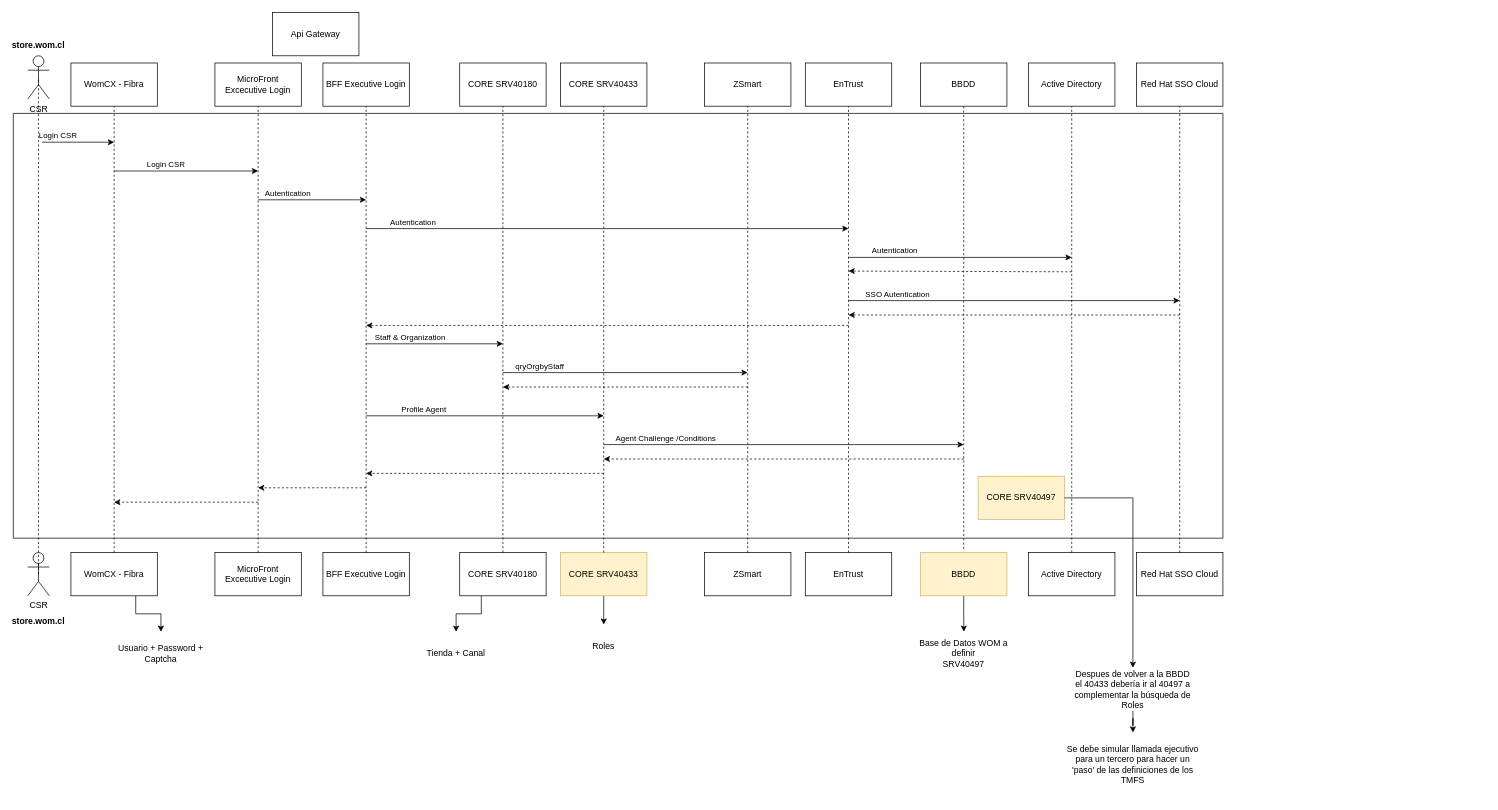
linosnt/womCX keeps this draw.io diagram as page "UML" (1 of 2) of LoginLayer.drawio. Above is the earlier version. Source tidied: cells renumbered, new cells numbered last; positions are measured from the earlier drawing's top-left corner, leaving out a move shared by most shapes. Both pictures are drawn from the tidied source at 72%, with x=0, y=0 at pixel (13, 12).
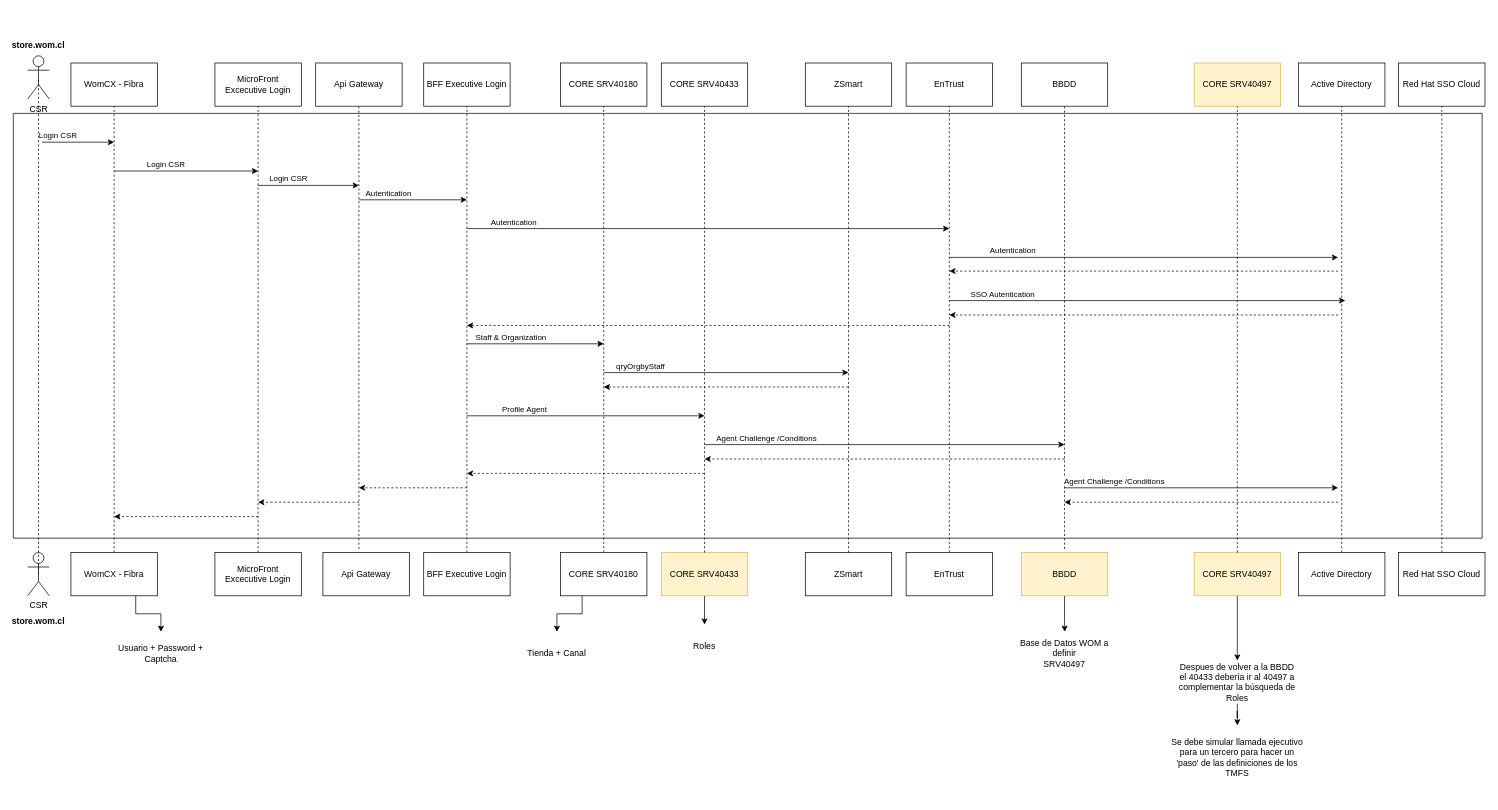
The same diagram, later.

Change to the diagram source:
```diff
@@
     <mxCell id="2" style="swimlane;startSize=0;" parent="1" vertex="1">
-      <mxGeometry y="140" width="1680" height="590" as="geometry" />
+      <mxGeometry y="140" width="2040" height="590" as="geometry" />
     </mxCell>
@@
     <mxCell id="4" style="endArrow=classic;html=1;rounded=0;labelBackgroundColor=default;strokeColor=default;fontFamily=Helvetica;fontSize=11;fontColor=default;shape=connector;dashed=1;" parent="2" edge="1">
       <mxGeometry relative="1" as="geometry">
-        <mxPoint x="820" y="500" as="sourcePoint" />
-        <mxPoint x="490" y="500" as="targetPoint" />
+        <mxPoint x="960" y="500" as="sourcePoint" />
+        <mxPoint x="630" y="500" as="targetPoint" />
       </mxGeometry>
     </mxCell>
     <mxCell id="5" style="endArrow=classic;html=1;rounded=0;labelBackgroundColor=default;strokeColor=default;fontFamily=Helvetica;fontSize=11;fontColor=default;shape=connector;" parent="2" edge="1">
       <mxGeometry relative="1" as="geometry">
-        <mxPoint x="680" y="360" as="sourcePoint" />
-        <mxPoint x="1020" y="360" as="targetPoint" />
+        <mxPoint x="820" y="360" as="sourcePoint" />
+        <mxPoint x="1160" y="360" as="targetPoint" />
       </mxGeometry>
     </mxCell>
@@
     <mxCell id="7" style="endArrow=classic;html=1;rounded=0;labelBackgroundColor=default;strokeColor=default;fontFamily=Helvetica;fontSize=11;fontColor=default;shape=connector;dashed=1;" parent="2" edge="1">
       <mxGeometry relative="1" as="geometry">
-        <mxPoint x="1020" y="380" as="sourcePoint" />
-        <mxPoint x="680" y="380" as="targetPoint" />
+        <mxPoint x="1160" y="380" as="sourcePoint" />
+        <mxPoint x="820" y="380" as="targetPoint" />
       </mxGeometry>
     </mxCell>
     <mxCell id="8" style="endArrow=classic;html=1;rounded=0;labelBackgroundColor=default;strokeColor=default;fontFamily=Helvetica;fontSize=11;fontColor=default;shape=connector;" parent="2" edge="1">
       <mxGeometry relative="1" as="geometry">
-        <mxPoint x="490" y="420" as="sourcePoint" />
-        <mxPoint x="820" y="420" as="targetPoint" />
+        <mxPoint x="630" y="420" as="sourcePoint" />
+        <mxPoint x="960" y="420" as="targetPoint" />
       </mxGeometry>
     </mxCell>
@@
     <mxCell id="10" style="endArrow=classic;html=1;rounded=0;labelBackgroundColor=default;strokeColor=default;fontFamily=Helvetica;fontSize=11;fontColor=default;shape=connector;" parent="2" edge="1">
       <mxGeometry relative="1" as="geometry">
-        <mxPoint x="820" y="460" as="sourcePoint" />
-        <mxPoint x="1320" y="460" as="targetPoint" />
+        <mxPoint x="960" y="460" as="sourcePoint" />
+        <mxPoint x="1460" y="460" as="targetPoint" />
       </mxGeometry>
     </mxCell>
@@
     <mxCell id="12" style="endArrow=classic;html=1;rounded=0;labelBackgroundColor=default;strokeColor=default;fontFamily=Helvetica;fontSize=11;fontColor=default;shape=connector;dashed=1;" parent="2" edge="1">
       <mxGeometry relative="1" as="geometry">
-        <mxPoint x="1320" y="480" as="sourcePoint" />
-        <mxPoint x="820" y="480" as="targetPoint" />
+        <mxPoint x="1460" y="480" as="sourcePoint" />
+        <mxPoint x="960" y="480" as="targetPoint" />
       </mxGeometry>
     </mxCell>
     <mxCell id="13" style="endArrow=classic;html=1;rounded=0;labelBackgroundColor=default;strokeColor=default;fontFamily=Helvetica;fontSize=11;fontColor=default;shape=connector;dashed=1;" parent="2" edge="1">
       <mxGeometry relative="1" as="geometry">
-        <mxPoint x="490" y="520" as="sourcePoint" />
-        <mxPoint x="340" y="520" as="targetPoint" />
+        <mxPoint x="630" y="520" as="sourcePoint" />
+        <mxPoint x="480" y="520" as="targetPoint" />
       </mxGeometry>
     </mxCell>
     <mxCell id="14" style="endArrow=classic;html=1;rounded=0;labelBackgroundColor=default;strokeColor=default;fontFamily=Helvetica;fontSize=11;fontColor=default;shape=connector;dashed=1;" parent="2" edge="1">
       <mxGeometry relative="1" as="geometry">
-        <mxPoint x="340" y="540" as="sourcePoint" />
-        <mxPoint x="140" y="540" as="targetPoint" />
+        <mxPoint x="340" y="560" as="sourcePoint" />
+        <mxPoint x="140" y="560" as="targetPoint" />
       </mxGeometry>
     </mxCell>
     <mxCell id="15" style="endArrow=classic;html=1;rounded=0;labelBackgroundColor=default;strokeColor=default;fontFamily=Helvetica;fontSize=11;fontColor=default;shape=connector;dashed=1;" parent="2" edge="1">
       <mxGeometry relative="1" as="geometry">
-        <mxPoint x="1160" y="294.5" as="sourcePoint" />
-        <mxPoint x="490" y="294.5" as="targetPoint" />
+        <mxPoint x="1300" y="294.5" as="sourcePoint" />
+        <mxPoint x="630" y="294.5" as="targetPoint" />
       </mxGeometry>
     </mxCell>
     <mxCell id="16" style="endArrow=classic;html=1;rounded=0;" parent="2" edge="1">
       <mxGeometry relative="1" as="geometry">
-        <mxPoint x="490" y="160" as="sourcePoint" />
-        <mxPoint x="1160" y="160" as="targetPoint" />
+        <mxPoint x="630" y="160" as="sourcePoint" />
+        <mxPoint x="1300" y="160" as="targetPoint" />
       </mxGeometry>
     </mxCell>
@@
     <mxCell id="18" style="endArrow=classic;html=1;rounded=0;" parent="2" edge="1">
       <mxGeometry relative="1" as="geometry">
-        <mxPoint x="340" y="120" as="sourcePoint" />
-        <mxPoint x="490" y="120" as="targetPoint" />
+        <mxPoint x="480" y="120" as="sourcePoint" />
+        <mxPoint x="630" y="120" as="targetPoint" />
       </mxGeometry>
     </mxCell>
@@
     <mxCell id="20" style="endArrow=classic;html=1;rounded=0;labelBackgroundColor=default;strokeColor=default;fontFamily=Helvetica;fontSize=11;fontColor=default;shape=connector;dashed=1;" parent="2" edge="1">
       <mxGeometry relative="1" as="geometry">
-        <mxPoint x="1620" y="280" as="sourcePoint" />
-        <mxPoint x="1160" y="280" as="targetPoint" />
+        <mxPoint x="1840" y="280" as="sourcePoint" />
+        <mxPoint x="1300" y="280" as="targetPoint" />
       </mxGeometry>
     </mxCell>
     <mxCell id="21" style="endArrow=classic;html=1;rounded=0;labelBackgroundColor=default;strokeColor=default;fontFamily=Helvetica;fontSize=11;fontColor=default;shape=connector;" parent="2" edge="1">
       <mxGeometry relative="1" as="geometry">
-        <mxPoint x="1160" y="260" as="sourcePoint" />
-        <mxPoint x="1620" y="260" as="targetPoint" />
+        <mxPoint x="1300" y="260" as="sourcePoint" />
+        <mxPoint x="1850" y="260" as="targetPoint" />
       </mxGeometry>
     </mxCell>
@@
     <mxCell id="23" style="endArrow=classic;html=1;rounded=0;labelBackgroundColor=default;strokeColor=default;fontFamily=Helvetica;fontSize=11;fontColor=default;shape=connector;dashed=1;" parent="2" edge="1">
       <mxGeometry relative="1" as="geometry">
-        <mxPoint x="1470" y="220" as="sourcePoint" />
-        <mxPoint x="1160" y="219" as="targetPoint" />
+        <mxPoint x="1840" y="219" as="sourcePoint" />
+        <mxPoint x="1300" y="219" as="targetPoint" />
       </mxGeometry>
     </mxCell>
     <mxCell id="24" style="endArrow=classic;html=1;rounded=0;" parent="2" edge="1">
       <mxGeometry relative="1" as="geometry">
-        <mxPoint x="1160" y="200" as="sourcePoint" />
-        <mxPoint x="1470" y="200" as="targetPoint" />
+        <mxPoint x="1300" y="200" as="sourcePoint" />
+        <mxPoint x="1840" y="200" as="targetPoint" />
       </mxGeometry>
     </mxCell>
@@
     <mxCell id="26" style="endArrow=classic;html=1;rounded=0;labelBackgroundColor=default;strokeColor=default;fontFamily=Helvetica;fontSize=11;fontColor=default;shape=connector;" parent="2" edge="1">
       <mxGeometry relative="1" as="geometry">
-        <mxPoint x="490" y="320" as="sourcePoint" />
-        <mxPoint x="680" y="320" as="targetPoint" />
+        <mxPoint x="630" y="320" as="sourcePoint" />
+        <mxPoint x="820" y="320" as="targetPoint" />
       </mxGeometry>
     </mxCell>
@@
     <mxCell id="28" style="endArrow=none;dashed=1;html=1;rounded=0;entryX=0.5;entryY=1;entryDx=0;entryDy=0;" parent="2" edge="1">
       <mxGeometry relative="1" as="geometry">
-        <mxPoint x="1320" y="605" as="sourcePoint" />
-        <mxPoint x="1320" y="-15" as="targetPoint" />
+        <mxPoint x="1460" y="605" as="sourcePoint" />
+        <mxPoint x="1460" y="-15" as="targetPoint" />
       </mxGeometry>
     </mxCell>
-    <mxCell id="29" value="CORE SRV40497" style="rounded=0;whiteSpace=wrap;html=1;fillColor=#fff2cc;strokeColor=#d6b656;" parent="2" vertex="1">
-      <mxGeometry x="1340" y="504" width="120" height="60" as="geometry" />
-    </mxCell>
+    <mxCell id="78" style="endArrow=classic;html=1;rounded=0;labelBackgroundColor=default;strokeColor=default;fontFamily=Helvetica;fontSize=11;fontColor=default;shape=connector;" parent="2" edge="1">
+      <mxGeometry relative="1" as="geometry">
+        <mxPoint x="1460" y="520" as="sourcePoint" />
+        <mxPoint x="1840" y="520" as="targetPoint" />
+      </mxGeometry>
+    </mxCell>
+    <mxCell id="79" value="&lt;div&gt;Agent Challenge /Conditions&lt;/div&gt;" style="edgeLabel;html=1;align=center;verticalAlign=middle;fontSize=11;fontFamily=Helvetica;fontColor=default;" parent="78" vertex="1">
+      <mxGeometry x="-0.73" relative="1" as="geometry">
+        <mxPoint x="17" y="-10" as="offset" />
+      </mxGeometry>
+    </mxCell>
+    <mxCell id="80" style="endArrow=classic;html=1;rounded=0;labelBackgroundColor=default;strokeColor=default;fontFamily=Helvetica;fontSize=11;fontColor=default;shape=connector;dashed=1;" parent="2" edge="1">
+      <mxGeometry relative="1" as="geometry">
+        <mxPoint x="1840" y="540" as="sourcePoint" />
+        <mxPoint x="1460" y="540" as="targetPoint" />
+      </mxGeometry>
+    </mxCell>
+    <mxCell id="81" style="endArrow=none;dashed=1;html=1;rounded=0;entryX=0.5;entryY=1;entryDx=0;entryDy=0;exitX=0.5;exitY=0;exitDx=0;exitDy=0;" parent="2" edge="1">
+      <mxGeometry relative="1" as="geometry">
+        <mxPoint x="480" y="605" as="sourcePoint" />
+        <mxPoint x="480" y="-15" as="targetPoint" />
+      </mxGeometry>
+    </mxCell>
+    <mxCell id="82" style="endArrow=classic;html=1;rounded=0;labelBackgroundColor=default;strokeColor=default;fontFamily=Helvetica;fontSize=11;fontColor=default;shape=connector;dashed=1;" parent="2" edge="1">
+      <mxGeometry relative="1" as="geometry">
+        <mxPoint x="480" y="540" as="sourcePoint" />
+        <mxPoint x="340" y="540" as="targetPoint" />
+      </mxGeometry>
+    </mxCell>
+    <mxCell id="83" value="Login CSR" style="endArrow=classic;html=1;rounded=0;verticalAlign=bottom;align=right;" parent="2" edge="1">
+      <mxGeometry relative="1" as="geometry">
+        <mxPoint x="340" y="100" as="sourcePoint" />
+        <mxPoint x="480" y="100" as="targetPoint" />
+      </mxGeometry>
+    </mxCell>
@@
     <mxCell id="32" value="BFF Executive Login" style="rounded=0;whiteSpace=wrap;html=1;" parent="1" vertex="1">
-      <mxGeometry x="430" y="70" width="120" height="60" as="geometry" />
+      <mxGeometry x="570" y="70" width="120" height="60" as="geometry" />
     </mxCell>
     <mxCell id="33" value="CORE SRV40180" style="rounded=0;whiteSpace=wrap;html=1;" parent="1" vertex="1">
-      <mxGeometry x="620" y="70" width="120" height="60" as="geometry" />
+      <mxGeometry x="760" y="70" width="120" height="60" as="geometry" />
     </mxCell>
     <mxCell id="34" value="CORE SRV40433" style="rounded=0;whiteSpace=wrap;html=1;" parent="1" vertex="1">
-      <mxGeometry x="760" y="70" width="120" height="60" as="geometry" />
+      <mxGeometry x="900" y="70" width="120" height="60" as="geometry" />
     </mxCell>
     <mxCell id="35" value="ZSmart" style="rounded=0;whiteSpace=wrap;html=1;" parent="1" vertex="1">
-      <mxGeometry x="960" y="70" width="120" height="60" as="geometry" />
+      <mxGeometry x="1100" y="70" width="120" height="60" as="geometry" />
     </mxCell>
     <mxCell id="36" value="EnTrust" style="rounded=0;whiteSpace=wrap;html=1;" parent="1" vertex="1">
-      <mxGeometry x="1100" y="70" width="120" height="60" as="geometry" />
+      <mxGeometry x="1240" y="70" width="120" height="60" as="geometry" />
     </mxCell>
     <mxCell id="37" value="Active Directory" style="rounded=0;whiteSpace=wrap;html=1;" parent="1" vertex="1">
-      <mxGeometry x="1410" y="70" width="120" height="60" as="geometry" />
+      <mxGeometry x="1785" y="70" width="120" height="60" as="geometry" />
     </mxCell>
     <mxCell id="38" value="Red Hat SSO Cloud" style="rounded=0;whiteSpace=wrap;html=1;" parent="1" vertex="1">
-      <mxGeometry x="1560" y="70" width="120" height="60" as="geometry" />
+      <mxGeometry x="1924" y="70" width="120" height="60" as="geometry" />
     </mxCell>
@@
     <mxCell id="42" value="BFF Executive Login" style="rounded=0;whiteSpace=wrap;html=1;" parent="1" vertex="1">
-      <mxGeometry x="430" y="750" width="120" height="60" as="geometry" />
+      <mxGeometry x="570" y="750" width="120" height="60" as="geometry" />
     </mxCell>
@@
     <mxCell id="44" value="CORE SRV40180" style="rounded=0;whiteSpace=wrap;html=1;" parent="1" vertex="1">
-      <mxGeometry x="620" y="750" width="120" height="60" as="geometry" />
+      <mxGeometry x="760" y="750" width="120" height="60" as="geometry" />
     </mxCell>
@@
     <mxCell id="46" value="CORE SRV40433" style="rounded=0;whiteSpace=wrap;html=1;fillColor=#fff2cc;strokeColor=#d6b656;" parent="1" vertex="1">
-      <mxGeometry x="760" y="750" width="120" height="60" as="geometry" />
+      <mxGeometry x="900" y="750" width="120" height="60" as="geometry" />
     </mxCell>
     <mxCell id="47" value="ZSmart" style="rounded=0;whiteSpace=wrap;html=1;" parent="1" vertex="1">
-      <mxGeometry x="960" y="750" width="120" height="60" as="geometry" />
+      <mxGeometry x="1100" y="750" width="120" height="60" as="geometry" />
     </mxCell>
     <mxCell id="48" value="EnTrust" style="rounded=0;whiteSpace=wrap;html=1;" parent="1" vertex="1">
-      <mxGeometry x="1100" y="750" width="120" height="60" as="geometry" />
+      <mxGeometry x="1240" y="750" width="120" height="60" as="geometry" />
     </mxCell>
     <mxCell id="49" value="Active Directory" style="rounded=0;whiteSpace=wrap;html=1;" parent="1" vertex="1">
-      <mxGeometry x="1410" y="750" width="120" height="60" as="geometry" />
+      <mxGeometry x="1785" y="750" width="120" height="60" as="geometry" />
     </mxCell>
     <mxCell id="50" value="Red Hat SSO Cloud" style="rounded=0;whiteSpace=wrap;html=1;" parent="1" vertex="1">
-      <mxGeometry x="1560" y="750" width="120" height="60" as="geometry" />
+      <mxGeometry x="1924" y="750" width="120" height="60" as="geometry" />
     </mxCell>
@@
     <mxCell id="67" value="Tienda + Canal" style="text;html=1;strokeColor=none;fillColor=none;align=center;verticalAlign=middle;whiteSpace=wrap;rounded=0;" parent="1" vertex="1">
-      <mxGeometry x="540" y="860" width="150" height="60" as="geometry" />
+      <mxGeometry x="680" y="860" width="150" height="60" as="geometry" />
     </mxCell>
     <mxCell id="68" value="Roles" style="text;html=1;strokeColor=none;fillColor=none;align=center;verticalAlign=middle;whiteSpace=wrap;rounded=0;" parent="1" vertex="1">
-      <mxGeometry x="745" y="850" width="150" height="60" as="geometry" />
+      <mxGeometry x="885" y="850" width="150" height="60" as="geometry" />
     </mxCell>
     <mxCell id="69" style="edgeStyle=orthogonalEdgeStyle;rounded=0;jettySize=auto;html=1;exitX=0.5;exitY=1;exitDx=0;exitDy=0;" parent="1" edge="1" source="70">
       <mxGeometry relative="1" as="geometry">
-        <mxPoint x="1320.2" y="860" as="targetPoint" />
+        <mxPoint x="1460.2" y="860" as="targetPoint" />
       </mxGeometry>
     </mxCell>
     <mxCell id="70" value="BBDD" style="rounded=0;whiteSpace=wrap;html=1;fillColor=#fff2cc;strokeColor=#d6b656;" parent="1" vertex="1">
-      <mxGeometry x="1260" y="750" width="120" height="60" as="geometry" />
+      <mxGeometry x="1400" y="750" width="120" height="60" as="geometry" />
     </mxCell>
     <mxCell id="71" value="BBDD" style="rounded=0;whiteSpace=wrap;html=1;" parent="1" vertex="1">
-      <mxGeometry x="1260" y="70" width="120" height="60" as="geometry" />
+      <mxGeometry x="1400" y="70" width="120" height="60" as="geometry" />
     </mxCell>
     <mxCell id="72" value="Base de Datos WOM a definir&lt;br&gt;SRV40497" style="text;html=1;strokeColor=none;fillColor=none;align=center;verticalAlign=middle;whiteSpace=wrap;rounded=0;" parent="1" vertex="1">
-      <mxGeometry x="1245" y="860" width="150" height="60" as="geometry" />
+      <mxGeometry x="1385" y="860" width="150" height="60" as="geometry" />
     </mxCell>
     <mxCell id="73" value="Api Gateway" style="rounded=0;whiteSpace=wrap;html=1;" parent="1" vertex="1">
-      <mxGeometry x="360" width="120" height="60" as="geometry" />
+      <mxGeometry x="420" y="70" width="120" height="60" as="geometry" />
     </mxCell>
@@
     <mxCell id="75" value="Despues de volver a la BBDD el 40433 debería ir al 40497 a complementar la búsqueda de Roles&lt;br&gt;" style="text;html=1;strokeColor=none;fillColor=none;align=center;verticalAlign=middle;whiteSpace=wrap;rounded=0;" parent="1" vertex="1">
-      <mxGeometry x="1470" y="910" width="170" height="60" as="geometry" />
+      <mxGeometry x="1615" y="900" width="170" height="60" as="geometry" />
     </mxCell>
@@
     <mxCell id="77" value="Se debe simular llamada ejecutivo para un tercero para hacer un 'paso' de las definiciones de los TMFS" style="text;html=1;strokeColor=none;fillColor=none;align=center;verticalAlign=middle;whiteSpace=wrap;rounded=0;" parent="1" vertex="1">
-      <mxGeometry x="1460" y="1000" width="190" height="90" as="geometry" />
+      <mxGeometry x="1605" y="990" width="190" height="90" as="geometry" />
     </mxCell>
+    <mxCell id="29" value="CORE SRV40497" style="rounded=0;whiteSpace=wrap;html=1;fillColor=#fff2cc;strokeColor=#d6b656;" parent="1" vertex="1">
+      <mxGeometry x="1640" y="750" width="120" height="60" as="geometry" />
+    </mxCell>
+    <mxCell id="84" value="CORE SRV40497" style="rounded=0;whiteSpace=wrap;html=1;fillColor=#fff2cc;strokeColor=#d6b656;" parent="1" vertex="1">
+      <mxGeometry x="1640" y="70" width="120" height="60" as="geometry" />
+    </mxCell>
+    <mxCell id="85" style="endArrow=none;dashed=1;html=1;rounded=0;entryX=0.5;entryY=1;entryDx=0;entryDy=0;exitX=0.5;exitY=0;exitDx=0;exitDy=0;" parent="1" edge="1" source="29" target="84">
+      <mxGeometry relative="1" as="geometry" />
+    </mxCell>
+    <mxCell id="86" value="Api Gateway" style="rounded=0;whiteSpace=wrap;html=1;" parent="1" vertex="1">
+      <mxGeometry x="430" y="750" width="120" height="60" as="geometry" />
+    </mxCell>
```
